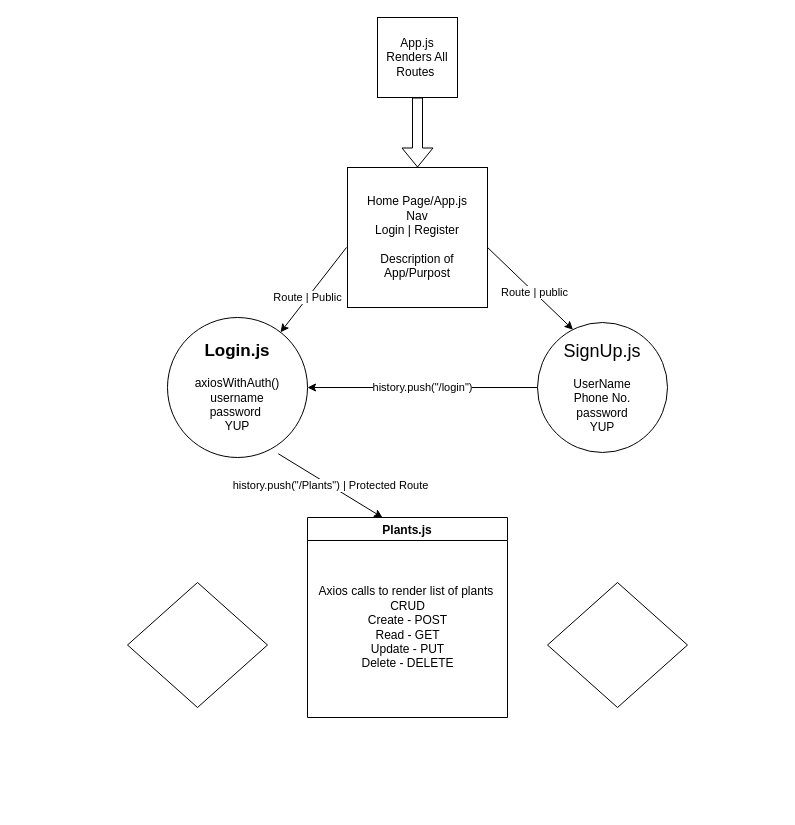
Above: chart.drawio in Build-Week-092021-Water-My-Plants/frontend (draw.io), before the change. Source tidied: cells renumbered, new cells numbered last; positions are measured from the earlier drawing's top-left corner, leaving out a move shared by most shapes. Both pictures are drawn from the tidied source at 100%, with x=0, y=0 at pixel (127, 17).
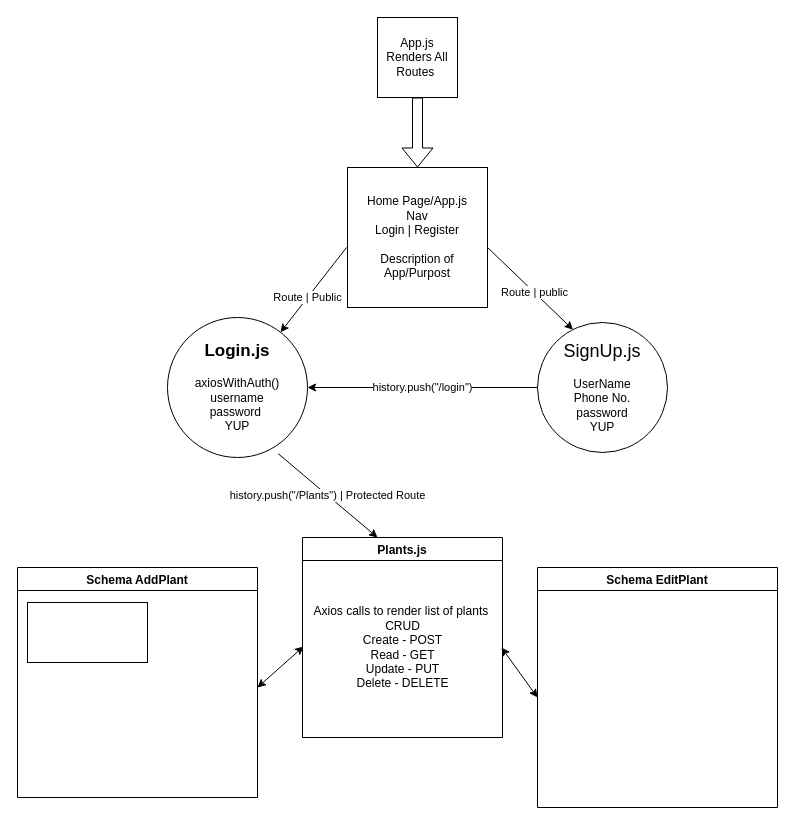
The same page after the edit.

Change to the diagram source:
```diff
@@
 <mxGraphModel>
   <root>
     <mxCell id="0" />
     <mxCell id="1" parent="0" />
     <mxCell id="2" value="Home Page/App.js&lt;br&gt;Nav&lt;br&gt;Login | Register&lt;br&gt;&lt;br&gt;Description of App/Purpost" style="whiteSpace=wrap;html=1;" parent="1" vertex="1">
       <mxGeometry x="220" y="150" width="140" height="140" as="geometry" />
     </mxCell>
     <mxCell id="3" value="&lt;font style=&quot;font-size: 18px&quot;&gt;SignUp.js&lt;/font&gt;&lt;br&gt;&lt;br&gt;UserName&lt;br&gt;Phone No.&lt;br&gt;password&lt;br&gt;YUP" style="ellipse;whiteSpace=wrap;html=1;" parent="1" vertex="1">
       <mxGeometry x="410" y="305" width="130" height="130" as="geometry" />
     </mxCell>
     <mxCell id="4" value="&lt;b&gt;&lt;font style=&quot;font-size: 17px&quot;&gt;Login.js&lt;/font&gt;&lt;/b&gt;&lt;br&gt;&lt;br&gt;axiosWithAuth()&lt;br&gt;username&lt;br&gt;password&amp;nbsp;&lt;br&gt;YUP&lt;br&gt;" style="ellipse;whiteSpace=wrap;html=1;" parent="1" vertex="1">
       <mxGeometry x="40" y="300" width="140" height="140" as="geometry" />
     </mxCell>
     <mxCell id="5" value="Route | Public" style="endArrow=classic;html=1;exitX=-0.007;exitY=0.571;exitDx=0;exitDy=0;exitPerimeter=0;" parent="1" edge="1" source="2" target="4">
       <mxGeometry x="0.18" relative="1" as="geometry" />
     </mxCell>
     <mxCell id="6" value="Route | public" style="endArrow=classic;html=1;entryX=0.273;entryY=0.055;entryDx=0;entryDy=0;entryPerimeter=0;exitX=1;exitY=0.571;exitDx=0;exitDy=0;exitPerimeter=0;" parent="1" edge="1" source="2" target="3">
       <mxGeometry x="0.09" relative="1" as="geometry" />
     </mxCell>
     <mxCell id="7" value="Plants.js" style="swimlane;" parent="1" vertex="1">
-      <mxGeometry x="180" y="500" width="200" height="200" as="geometry" />
+      <mxGeometry x="175" y="520" width="200" height="200" as="geometry" />
     </mxCell>
     <mxCell id="8" value="Axios calls to render list of plants&amp;nbsp;&lt;br&gt;CRUD&lt;br&gt;Create - POST&lt;br&gt;Read - GET&lt;br&gt;Update - PUT&lt;br&gt;Delete - DELETE" style="text;html=1;align=center;verticalAlign=middle;points=[];strokeColor=none;" parent="7" vertex="1">
       <mxGeometry x="5" y="65" width="190" height="90" as="geometry" />
     </mxCell>
     <mxCell id="9" value="history.push(&quot;/Plants&quot;) | Protected Route" style="endArrow=classic;html=1;entryX=0.375;entryY=0;entryDx=0;entryDy=0;entryPerimeter=0;exitX=0.791;exitY=0.973;exitDx=0;exitDy=0;exitPerimeter=0;" parent="1" edge="1" source="4" target="7">
       <mxGeometry relative="1" as="geometry" />
     </mxCell>
     <mxCell id="10" value="App.js&lt;br&gt;Renders All Routes&amp;nbsp;" style="whiteSpace=wrap;html=1;" parent="1" vertex="1">
       <mxGeometry x="250" width="80" height="80" as="geometry" />
     </mxCell>
     <mxCell id="11" style="shape=flexArrow;endArrow=classic;html=1;entryX=0.5;entryY=0;entryDx=0;entryDy=0;exitX=0.5;exitY=1;exitDx=0;exitDy=0;" parent="1" edge="1" source="10" target="2">
       <mxGeometry relative="1" as="geometry" />
     </mxCell>
     <mxCell id="12" value="history.push(&quot;/login&quot;)" style="endArrow=classic;html=1;exitX=0;exitY=0.5;exitDx=0;exitDy=0;entryX=1;entryY=0.5;entryDx=0;entryDy=0;" parent="1" edge="1" source="3" target="4">
       <mxGeometry relative="1" as="geometry" />
     </mxCell>
-    <mxCell id="13" style="rhombus;whiteSpace=wrap;html=1;" parent="1" vertex="1">
-      <mxGeometry y="565" width="140" height="125" as="geometry" />
-    </mxCell>
-    <mxCell id="14" style="rhombus;whiteSpace=wrap;html=1;" parent="1" vertex="1">
-      <mxGeometry x="420" y="565" width="140" height="125" as="geometry" />
-    </mxCell>
+    <mxCell id="15" value="Schema AddPlant" style="swimlane;" parent="1" vertex="1">
+      <mxGeometry x="-110" y="550" width="240" height="230" as="geometry" />
+    </mxCell>
+    <mxCell id="16" style="rounded=0;whiteSpace=wrap;html=1;" parent="15" vertex="1">
+      <mxGeometry x="10" y="35" width="120" height="60" as="geometry" />
+    </mxCell>
+    <mxCell id="17" value="Schema EditPlant" style="swimlane;" parent="1" vertex="1">
+      <mxGeometry x="410" y="550" width="240" height="240" as="geometry" />
+    </mxCell>
+    <mxCell id="18" style="endArrow=classic;startArrow=classic;html=1;entryX=-0.021;entryY=0.489;entryDx=0;entryDy=0;entryPerimeter=0;" parent="1" edge="1" target="8">
+      <mxGeometry relative="1" as="geometry">
+        <mxPoint x="130" y="670" as="sourcePoint" />
+      </mxGeometry>
+    </mxCell>
+    <mxCell id="19" style="endArrow=classic;startArrow=classic;html=1;" parent="1" edge="1">
+      <mxGeometry relative="1" as="geometry">
+        <mxPoint x="374" y="630" as="sourcePoint" />
+        <mxPoint x="410" y="680" as="targetPoint" />
+      </mxGeometry>
+    </mxCell>
   </root>
 </mxGraphModel>
```
